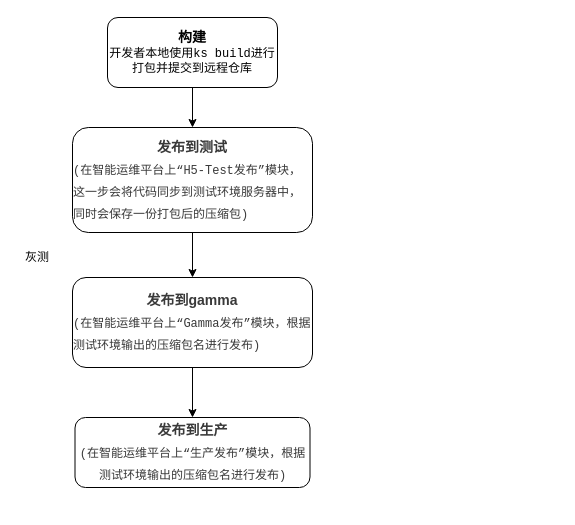
This is 智能运维.drawio from ks-stack/drawio, a draw.io file, before an edit. Source tidied: cells renumbered, new cells numbered last; positions are measured from the earlier drawing's top-left corner, leaving out a move shared by most shapes. Both pictures are drawn from the tidied source at 100%, with x=0, y=0 at pixel (17, 17).
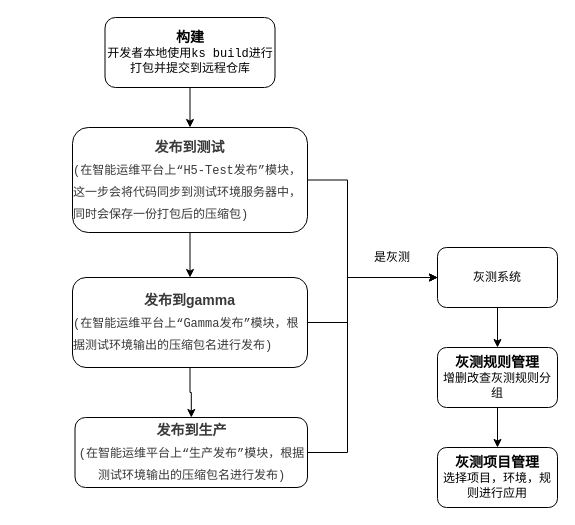
After the change.

The edit, as a diff of the source:
```diff
@@
     <mxCell id="3" value="&lt;font style=&quot;font-size: 14px&quot;&gt;&lt;b&gt;构建&lt;br&gt;&lt;/b&gt;&lt;/font&gt;&lt;font face=&quot;Courier New&quot; style=&quot;font-size: 12px&quot;&gt;开发者本地使用ks build进行打包并提交到远程仓库&lt;/font&gt;" style="rounded=1;whiteSpace=wrap;html=1;" parent="1" vertex="1">
-      <mxGeometry x="90" width="170" height="70" as="geometry" />
+      <mxGeometry x="87.5" width="170" height="70" as="geometry" />
     </mxCell>
@@
+    <mxCell id="10" style="edgeStyle=orthogonalEdgeStyle;rounded=0;jettySize=auto;html=1;entryX=0;entryY=0.5;entryDx=0;entryDy=0;" parent="1" edge="1" source="5" target="14">
+      <mxGeometry relative="1" as="geometry">
+        <Array as="points">
+          <mxPoint x="330" y="305" />
+          <mxPoint x="330" y="260" />
+        </Array>
+      </mxGeometry>
+    </mxCell>
     <mxCell id="5" value="&lt;div style=&quot;line-height: 1.75 ; font-size: 14px&quot;&gt;&lt;span style=&quot;color: rgb(57 , 57 , 57)&quot;&gt;&lt;b&gt;发布到gamma&lt;/b&gt;&lt;/span&gt;&lt;/div&gt;&lt;div style=&quot;text-align: left ; line-height: 1.75&quot;&gt;&lt;span style=&quot;color: rgb(57 , 57 , 57)&quot;&gt;&lt;font style=&quot;font-size: 12px&quot; face=&quot;Courier New&quot;&gt;(在智能运维平台上“Gamma发布”模块，根据测试环境输出的压缩包名进行发布)&lt;/font&gt;&lt;/span&gt;&lt;/div&gt;" style="rounded=1;whiteSpace=wrap;html=1;" parent="1" vertex="1">
-      <mxGeometry x="55" y="260" width="240" height="90" as="geometry" />
+      <mxGeometry x="55" y="260" width="235" height="90" as="geometry" />
     </mxCell>
+    <mxCell id="11" style="edgeStyle=orthogonalEdgeStyle;rounded=0;jettySize=auto;html=1;entryX=0;entryY=0.5;entryDx=0;entryDy=0;" parent="1" edge="1" source="6" target="14">
+      <mxGeometry relative="1" as="geometry">
+        <Array as="points">
+          <mxPoint x="330" y="435" />
+          <mxPoint x="330" y="260" />
+        </Array>
+      </mxGeometry>
+    </mxCell>
     <mxCell id="6" value="&lt;div style=&quot;line-height: 1.75 ; font-size: 14px&quot;&gt;&lt;span style=&quot;color: rgb(57 , 57 , 57)&quot;&gt;&lt;b&gt;发布到生产&lt;/b&gt;&lt;/span&gt;&lt;/div&gt;&lt;div style=&quot;line-height: 1.75&quot;&gt;&lt;span style=&quot;color: rgb(57 , 57 , 57)&quot;&gt;&lt;font face=&quot;Courier New&quot; style=&quot;font-size: 12px&quot;&gt;(在智能运维平台上“生产发布”模块，根据测试环境输出的压缩包名进行发布)&lt;/font&gt;&lt;/span&gt;&lt;/div&gt;" style="rounded=1;whiteSpace=wrap;html=1;" parent="1" vertex="1">
-      <mxGeometry x="57.5" y="400" width="235" height="70" as="geometry" />
+      <mxGeometry x="57.5" y="400" width="232.5" height="70" as="geometry" />
     </mxCell>
@@
+    <mxCell id="12" style="edgeStyle=orthogonalEdgeStyle;rounded=0;jettySize=auto;html=1;entryX=0;entryY=0.5;entryDx=0;entryDy=0;" parent="1" edge="1" source="8" target="14">
+      <mxGeometry relative="1" as="geometry">
+        <Array as="points">
+          <mxPoint x="330" y="163" />
+          <mxPoint x="330" y="260" />
+        </Array>
+      </mxGeometry>
+    </mxCell>
     <mxCell id="8" value="&lt;div style=&quot;line-height: 1.75 ; font-size: 14px&quot;&gt;&lt;span style=&quot;color: rgb(57 , 57 , 57)&quot;&gt;&lt;b&gt;发布到测试&lt;/b&gt;&lt;/span&gt;&lt;/div&gt;&lt;div style=&quot;text-align: left ; line-height: 1.75&quot;&gt;&lt;span style=&quot;color: rgb(57 , 57 , 57)&quot;&gt;&lt;font face=&quot;Courier New&quot; style=&quot;font-size: 12px&quot;&gt;(在智能运维平台上“H5-Test发布”模块，这一步会将代码同步到测试环境服务器中，同时会保存一份打包后的压缩包)&lt;/font&gt;&lt;/span&gt;&lt;/div&gt;" style="rounded=1;whiteSpace=wrap;html=1;" parent="1" vertex="1">
-      <mxGeometry x="55" y="110" width="240" height="105" as="geometry" />
+      <mxGeometry x="55" y="110" width="235" height="105" as="geometry" />
     </mxCell>
-    <mxCell id="9" value="灰测" style="text;html=1;strokeColor=none;fillColor=none;align=center;verticalAlign=middle;whiteSpace=wrap;rounded=0;" parent="1" vertex="1">
-      <mxGeometry y="230" width="40" height="20" as="geometry" />
-    </mxCell>
+    <mxCell id="13" style="edgeStyle=orthogonalEdgeStyle;rounded=0;jettySize=auto;html=1;" parent="1" edge="1" source="14" target="17">
+      <mxGeometry relative="1" as="geometry" />
+    </mxCell>
+    <mxCell id="14" value="灰测系统" style="rounded=1;whiteSpace=wrap;html=1;" parent="1" vertex="1">
+      <mxGeometry x="420" y="230" width="120" height="60" as="geometry" />
+    </mxCell>
+    <mxCell id="15" value="是灰测" style="text;html=1;strokeColor=none;fillColor=none;align=center;verticalAlign=middle;whiteSpace=wrap;rounded=0;" parent="1" vertex="1">
+      <mxGeometry x="350" y="230" width="50" height="20" as="geometry" />
+    </mxCell>
+    <mxCell id="16" style="edgeStyle=orthogonalEdgeStyle;rounded=0;jettySize=auto;html=1;" parent="1" edge="1" source="17" target="18">
+      <mxGeometry relative="1" as="geometry" />
+    </mxCell>
+    <mxCell id="17" value="&lt;font style=&quot;font-size: 14px&quot;&gt;&lt;b&gt;灰测规则管理&lt;/b&gt;&lt;/font&gt;&lt;br&gt;&lt;font face=&quot;Courier New&quot;&gt;增删改查灰测规则分组&lt;/font&gt;" style="rounded=1;whiteSpace=wrap;html=1;" parent="1" vertex="1">
+      <mxGeometry x="420" y="330" width="120" height="60" as="geometry" />
+    </mxCell>
+    <mxCell id="18" value="&lt;font&gt;&lt;span style=&quot;font-weight: bold ; font-size: 14px&quot;&gt;灰测项目管理&lt;/span&gt;&lt;br&gt;&lt;font style=&quot;font-size: 12px&quot; face=&quot;Courier New&quot;&gt;选择项目，环境，规则进行应用&lt;/font&gt;&lt;br&gt;&lt;/font&gt;" style="rounded=1;whiteSpace=wrap;html=1;" parent="1" vertex="1">
+      <mxGeometry x="420" y="430" width="120" height="60" as="geometry" />
+    </mxCell>
```
